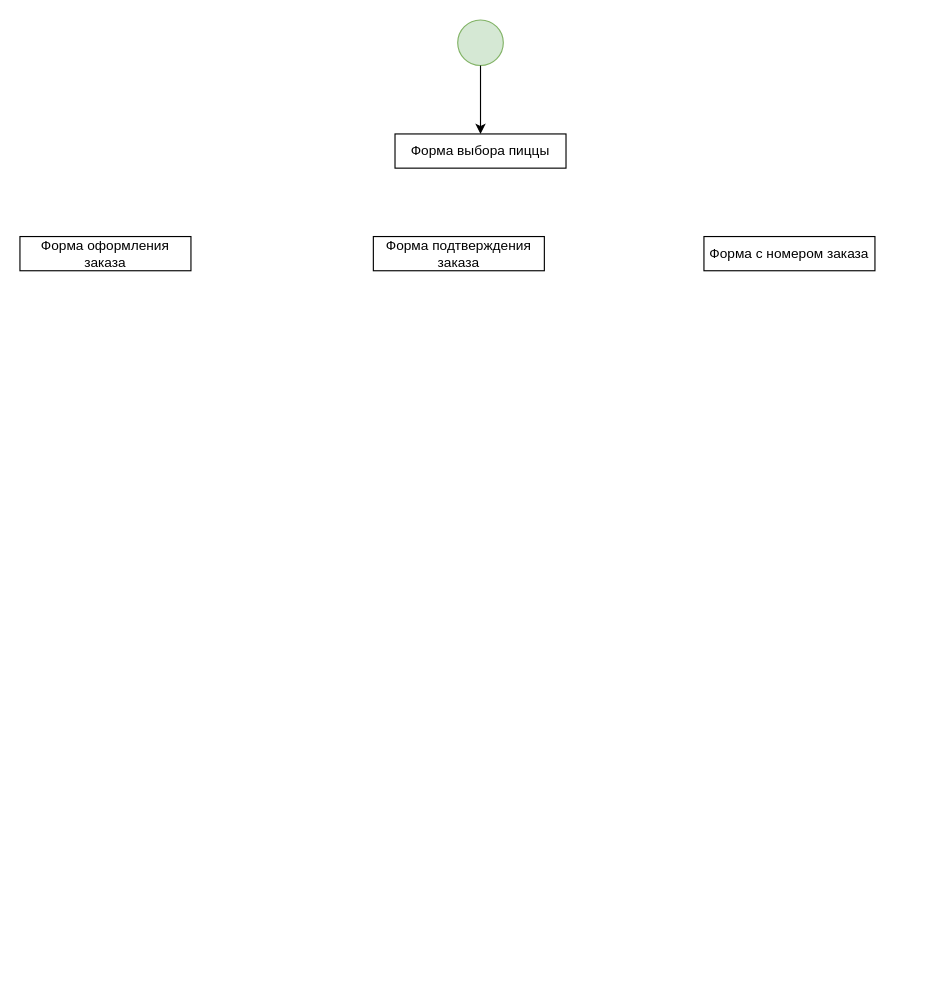
ManMaxMotivation/2-Sprint-QA-Engineer keeps this draw.io diagram as Untitled Diagram.drawio. Above is the earlier version. Source tidied: cells renumbered, new cells numbered last; positions are measured from the earlier drawing's top-left corner, leaving out a move shared by most shapes. Both pictures are drawn from the tidied source at 114%, with x=0, y=0 at pixel (19, 19).
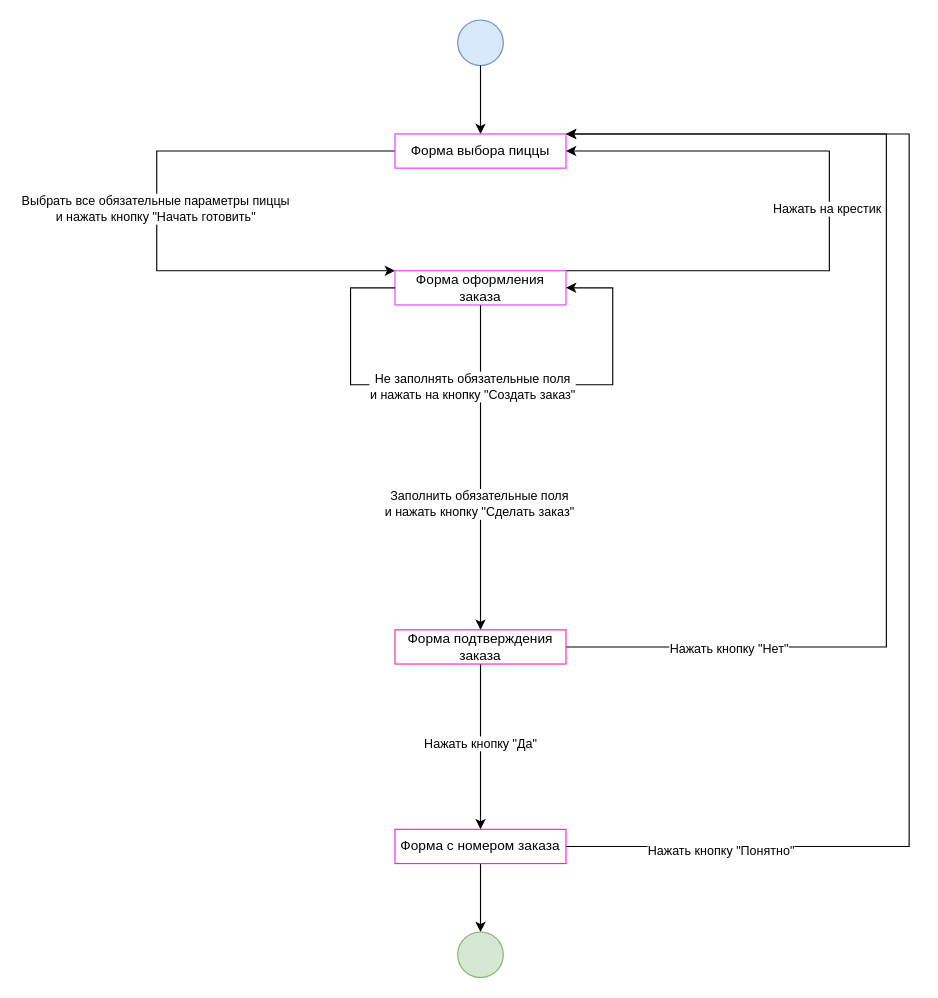
After the change.

The edit, as a diff of the source:
```diff
@@
-    <mxCell id="2" style="ellipse;whiteSpace=wrap;html=1;fillColor=#d5e8d4;strokeColor=#82b366;" parent="1" vertex="1">
+    <mxCell id="2" style="ellipse;whiteSpace=wrap;html=1;fillColor=#dae8fc;strokeColor=#6c8ebf;" parent="1" vertex="1">
       <mxGeometry x="384" width="40" height="40" as="geometry" />
     </mxCell>
@@
+    <mxCell id="8" style="edgeStyle=orthogonalEdgeStyle;rounded=0;jettySize=auto;html=1;entryX=0;entryY=0;entryDx=0;entryDy=0;" parent="1" edge="1" source="4" target="7">
+      <mxGeometry relative="1" as="geometry">
+        <Array as="points">
+          <mxPoint x="120" y="115" />
+          <mxPoint x="120" y="220" />
+        </Array>
+      </mxGeometry>
+    </mxCell>
+    <mxCell id="9" value="Выбрать все обязательные параметры пиццы &lt;br&gt;и нажать кнопку &quot;Начать готовить&quot;" style="edgeLabel;html=1;align=center;verticalAlign=middle;" parent="8" vertex="1">
+      <mxGeometry x="-0.01" y="-2" relative="1" as="geometry" />
+    </mxCell>
-    <mxCell id="4" value="Форма выбора пиццы" style="rounded=0;whiteSpace=wrap;html=1;" parent="1" vertex="1">
+    <mxCell id="4" value="Форма выбора пиццы" style="rounded=0;whiteSpace=wrap;html=1;strokeColor=#F82BFF;" parent="1" vertex="1">
       <mxGeometry x="329" y="100" width="150" height="30" as="geometry" />
     </mxCell>
+    <mxCell id="10" style="edgeStyle=orthogonalEdgeStyle;rounded=0;jettySize=auto;html=1;entryX=0.5;entryY=0;entryDx=0;entryDy=0;" parent="1" edge="1" source="5" target="23">
+      <mxGeometry relative="1" as="geometry" />
+    </mxCell>
+    <mxCell id="11" style="edgeStyle=orthogonalEdgeStyle;rounded=0;jettySize=auto;html=1;entryX=1;entryY=0;entryDx=0;entryDy=0;" parent="1" edge="1" source="5" target="4">
+      <mxGeometry relative="1" as="geometry">
+        <Array as="points">
+          <mxPoint x="780" y="725" />
+          <mxPoint x="780" y="100" />
+        </Array>
+      </mxGeometry>
+    </mxCell>
+    <mxCell id="12" value="Нажать кнопку &quot;Понятно&quot;" style="edgeLabel;html=1;align=center;verticalAlign=middle;" parent="11" vertex="1">
+      <mxGeometry x="-0.78" y="-3" relative="1" as="geometry" />
+    </mxCell>
-    <mxCell id="5" value="Форма с номером заказа" style="rounded=0;whiteSpace=wrap;html=1;" parent="1" vertex="1">
-      <mxGeometry x="600" y="190" width="150" height="30" as="geometry" />
+    <mxCell id="5" value="Форма с номером заказа" style="rounded=0;whiteSpace=wrap;html=1;strokeColor=#FF1CE1;" parent="1" vertex="1">
+      <mxGeometry x="329" y="710" width="150" height="30" as="geometry" />
     </mxCell>
+    <mxCell id="13" style="edgeStyle=orthogonalEdgeStyle;rounded=0;jettySize=auto;html=1;entryX=1;entryY=0;entryDx=0;entryDy=0;" parent="1" edge="1" source="6" target="4">
+      <mxGeometry relative="1" as="geometry">
+        <Array as="points">
+          <mxPoint x="760" y="550" />
+          <mxPoint x="760" y="100" />
+        </Array>
+      </mxGeometry>
+    </mxCell>
+    <mxCell id="14" value="Нажать кнопку &quot;Нет&quot;" style="edgeLabel;html=1;align=center;verticalAlign=middle;" parent="13" vertex="1">
+      <mxGeometry x="-0.72" y="-1" relative="1" as="geometry" />
+    </mxCell>
+    <mxCell id="15" style="edgeStyle=orthogonalEdgeStyle;rounded=0;jettySize=auto;html=1;entryX=0.5;entryY=0;entryDx=0;entryDy=0;" parent="1" edge="1" source="6" target="5">
+      <mxGeometry relative="1" as="geometry" />
+    </mxCell>
+    <mxCell id="16" value="Нажать кнопку &quot;Да&quot;" style="edgeLabel;html=1;align=center;verticalAlign=middle;" parent="15" vertex="1">
+      <mxGeometry x="-0.05" y="-1" relative="1" as="geometry" />
+    </mxCell>
-    <mxCell id="6" value="Форма подтверждения заказа" style="rounded=0;whiteSpace=wrap;html=1;" parent="1" vertex="1">
-      <mxGeometry x="310" y="190" width="150" height="30" as="geometry" />
+    <mxCell id="6" value="Форма подтверждения заказа" style="rounded=0;whiteSpace=wrap;html=1;strokeColor=#FF1FB4;" parent="1" vertex="1">
+      <mxGeometry x="329" y="535" width="150" height="30" as="geometry" />
     </mxCell>
+    <mxCell id="17" style="edgeStyle=orthogonalEdgeStyle;rounded=0;jettySize=auto;html=1;entryX=1;entryY=0.5;entryDx=0;entryDy=0;exitX=1;exitY=0;exitDx=0;exitDy=0;" parent="1" edge="1" source="7" target="4">
+      <mxGeometry relative="1" as="geometry">
+        <Array as="points">
+          <mxPoint x="710" y="220" />
+          <mxPoint x="710" y="115" />
+        </Array>
+      </mxGeometry>
+    </mxCell>
+    <mxCell id="18" value="Нажать на крестик" style="edgeLabel;html=1;align=center;verticalAlign=middle;" parent="17" vertex="1">
+      <mxGeometry x="0.01" y="3" relative="1" as="geometry" />
+    </mxCell>
+    <mxCell id="19" style="edgeStyle=orthogonalEdgeStyle;rounded=0;jettySize=auto;html=1;" parent="1" edge="1" source="7" target="6">
+      <mxGeometry relative="1" as="geometry" />
+    </mxCell>
+    <mxCell id="20" value="Заполнить обязательные поля &lt;br&gt;и нажать кнопку &quot;Сделать заказ&quot;" style="edgeLabel;html=1;align=center;verticalAlign=middle;" parent="19" vertex="1">
+      <mxGeometry x="0.22" y="-2" relative="1" as="geometry" />
+    </mxCell>
-    <mxCell id="7" value="Форма оформления заказа" style="rounded=0;whiteSpace=wrap;html=1;" parent="1" vertex="1">
-      <mxGeometry y="190" width="150" height="30" as="geometry" />
+    <mxCell id="7" value="Форма оформления заказа" style="rounded=0;whiteSpace=wrap;html=1;strokeColor=#E540FF;" parent="1" vertex="1">
+      <mxGeometry x="329" y="220" width="150" height="30" as="geometry" />
     </mxCell>
+    <mxCell id="21" style="edgeStyle=orthogonalEdgeStyle;rounded=0;orthogonalLoop=1;jettySize=auto;html=1;exitX=0;exitY=0.5;exitDx=0;exitDy=0;entryX=1;entryY=0.5;entryDx=0;entryDy=0;" parent="1" edge="1" source="7" target="7">
+      <mxGeometry relative="1" as="geometry">
+        <Array as="points">
+          <mxPoint x="290" y="235" />
+          <mxPoint x="290" y="320" />
+          <mxPoint x="520" y="320" />
+          <mxPoint x="520" y="235" />
+        </Array>
+      </mxGeometry>
+    </mxCell>
+    <mxCell id="22" value="Не заполнять обязательные поля &lt;br&gt;и нажать на кнопку &quot;Создать заказ&quot;" style="edgeLabel;html=1;align=center;verticalAlign=middle;" parent="21" vertex="1">
+      <mxGeometry x="-0.04" y="-1" relative="1" as="geometry" />
+    </mxCell>
+    <mxCell id="23" style="ellipse;whiteSpace=wrap;html=1;fillColor=#d5e8d4;strokeColor=#82b366;" parent="1" vertex="1">
+      <mxGeometry x="384" y="800" width="40" height="40" as="geometry" />
+    </mxCell>
```
